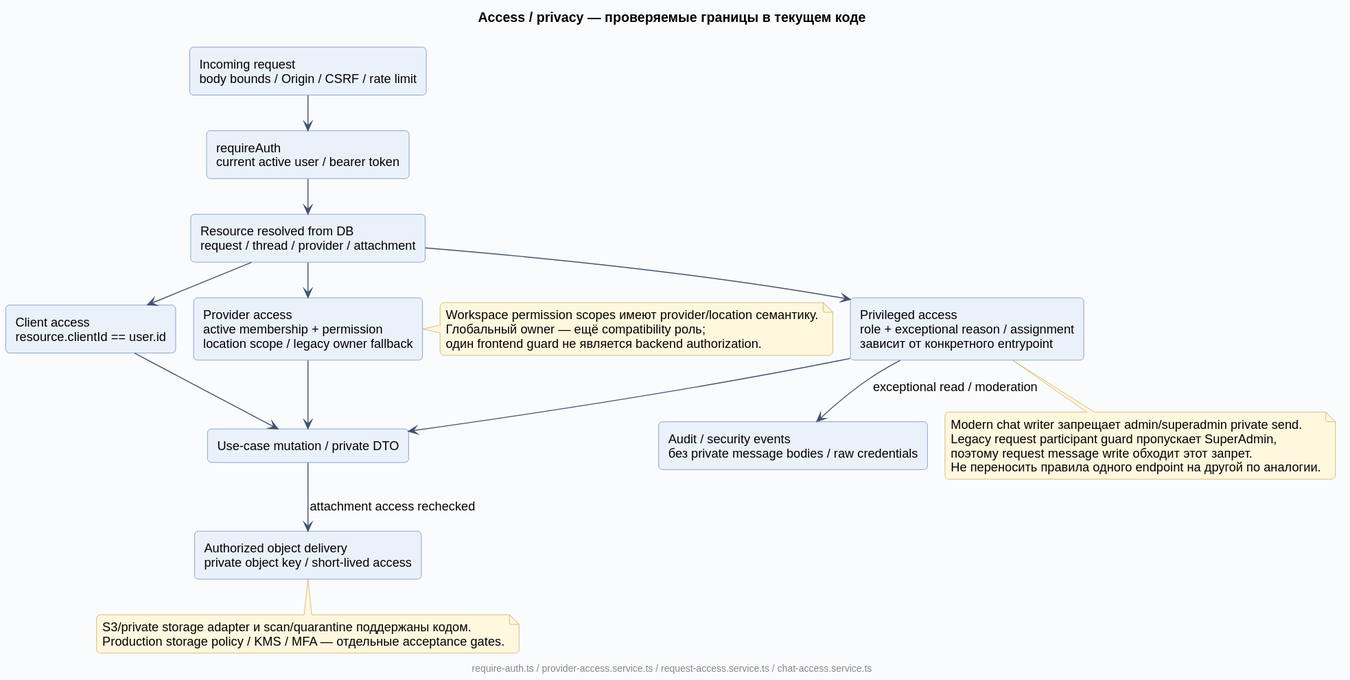
Before: docs/diagrams/rendered/09-access-privacy.svg, a diagram exported from PlantUML (Dima163163/auto-care-hub).
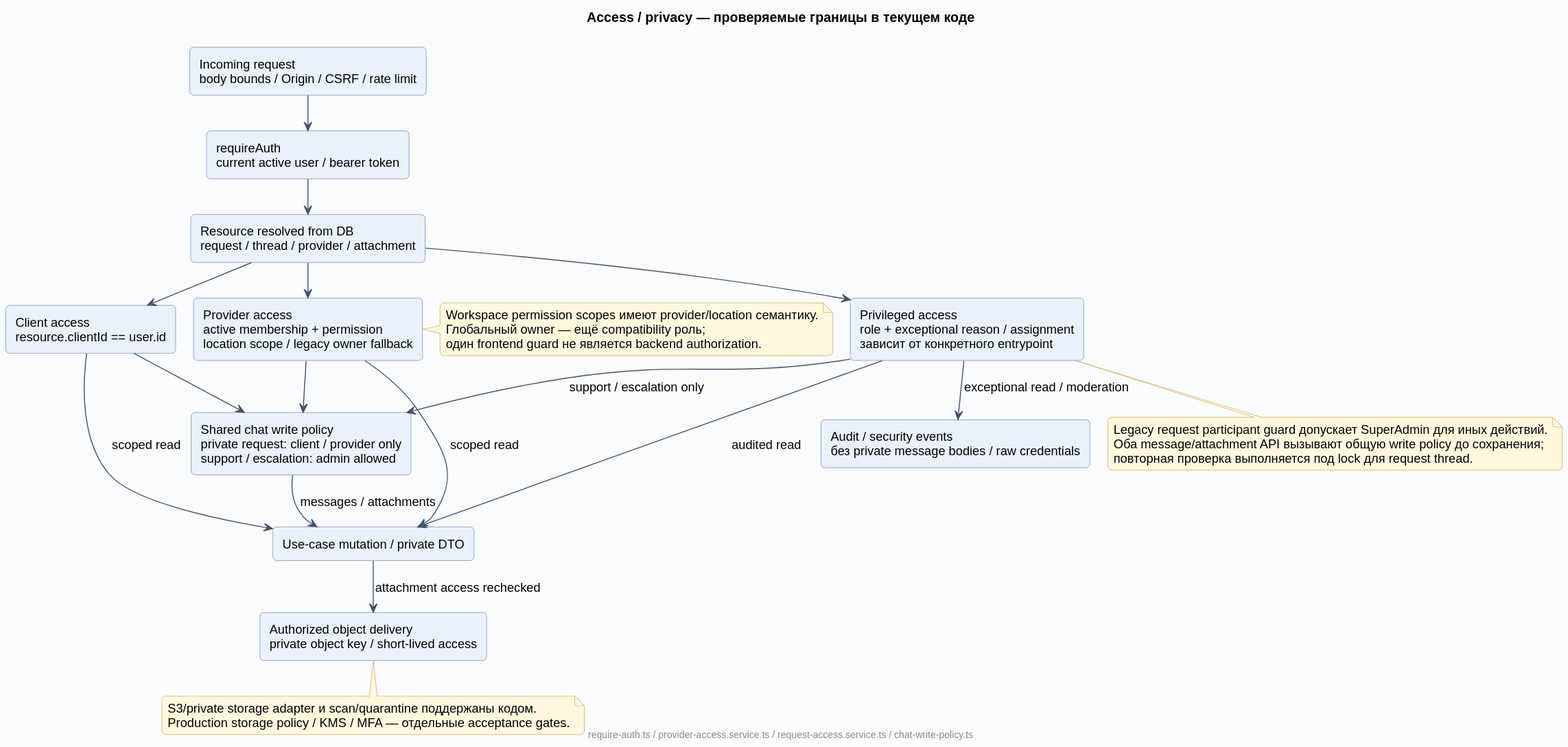
The same diagram one commit later.

Change to the diagram source:
```diff
@@ -8,6 +8,7 @@
 component "Client access\nresource.clientId == user.id" as Client
 component "Provider access\nactive membership + permission\nlocation scope / legacy owner fallback" as Provider
 component "Privileged access\nrole + exceptional reason / assignment\nзависит от конкретного entrypoint" as Admin
+component "Shared chat write policy\nprivate request: client / provider only\nsupport / escalation: admin allowed" as ChatWrite
 component "Use-case mutation / private DTO" as Result
 component "Authorized object delivery\nprivate object key / short-lived access" as Object
 component "Audit / security events\nбез private message bodies / raw credentials" as Audit
@@ -16,9 +17,13 @@
 Resource --> Client
 Resource --> Provider
 Resource --> Admin
-Client --> Result
-Provider --> Result
-Admin --> Result
+Client --> Result : scoped read
+Provider --> Result : scoped read
+Admin --> Result : audited read
+Client --> ChatWrite
+Provider --> ChatWrite
+Admin --> ChatWrite : support / escalation only
+ChatWrite --> Result : messages / attachments
 Result --> Object : attachment access rechecked
 Admin --> Audit : exceptional read / moderation
 note right of Provider
@@ -27,14 +32,13 @@
   один frontend guard не является backend authorization.
 end note
 note bottom of Admin
-  Modern chat writer запрещает admin/superadmin private send.
-  Legacy request participant guard пропускает SuperAdmin,
-  поэтому request message write обходит этот запрет.
-  Не переносить правила одного endpoint на другой по аналогии.
+  Legacy request participant guard допускает SuperAdmin для иных действий.
+  Оба message/attachment API вызывают общую write policy до сохранения;
+  повторная проверка выполняется под lock для request thread.
 end note
 note bottom of Object
   S3/private storage adapter и scan/quarantine поддержаны кодом.
   Production storage policy / KMS / MFA — отдельные acceptance gates.
 end note
-footer require-auth.ts / provider-access.service.ts / request-access.service.ts / chat-access.service.ts
+footer require-auth.ts / provider-access.service.ts / request-access.service.ts / chat-write-policy.ts
 @enduml
```
